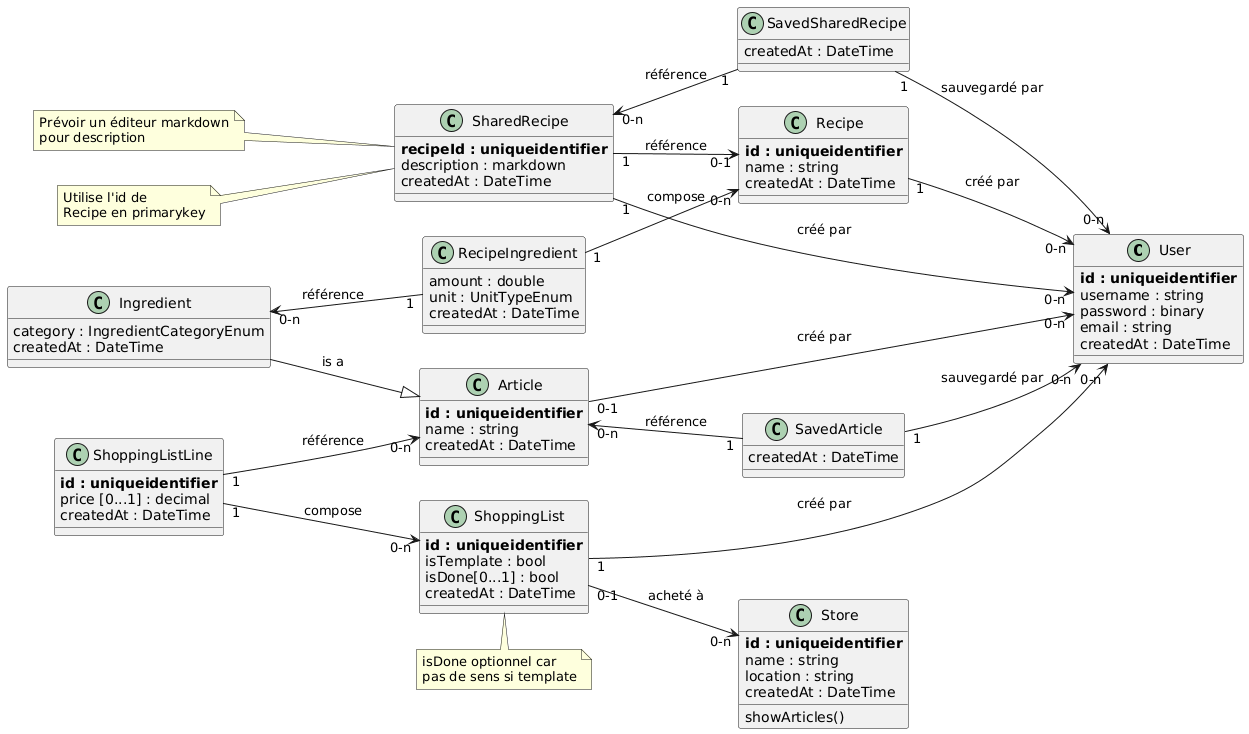
Above: Listomora-DB-Analyse.png in Rutradc/Listomora (PlantUML), before the change.
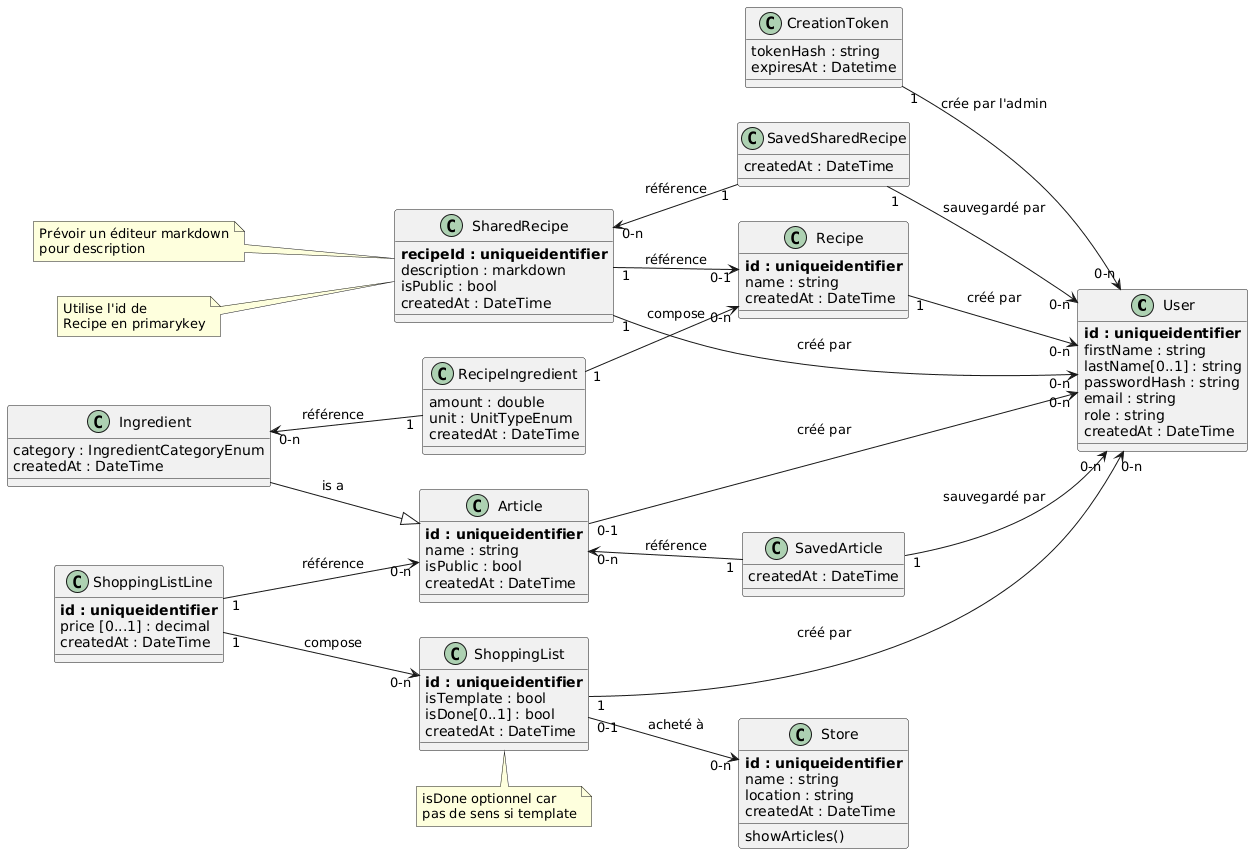
After the commit.

Diff of the diagram source:
```diff
@@ -2,11 +2,17 @@
 left to right direction
 class User{
     <b>id : uniqueidentifier</b>
-    username : string
-    password : binary
+    firstName : string
+    lastName[0..1] : string
+    passwordHash : string
     email : string
+    role : string
     createdAt : DateTime
 
+}
+class CreationToken{
+    tokenHash : string
+    expiresAt : Datetime
 }
 class Recipe {
     <b>id : uniqueidentifier</b>
@@ -16,6 +22,7 @@
 class SharedRecipe {
     <b>recipeId : uniqueidentifier</b>
     description : markdown
+    isPublic : bool
     createdAt : DateTime
 }
 class Ingredient{
@@ -30,12 +37,13 @@
 class Article {
     <b>id : uniqueidentifier</b>
     name : string
+    isPublic : bool
     createdAt : DateTime
 }
 class ShoppingList{
     <b>id : uniqueidentifier</b>
     isTemplate : bool
-    isDone[0...1] : bool
+    isDone[0..1] : bool
     createdAt : DateTime
 }
 class Store {
@@ -85,4 +93,5 @@
 Recipe "1" --> "0-n" User : créé par
 Article "0-1" --> "0-n" User : créé par
 ShoppingList "0-1" --> "0-n" Store : acheté à
+CreationToken "1" --> "0-n" User : crée par l'admin
 @enduml
```
